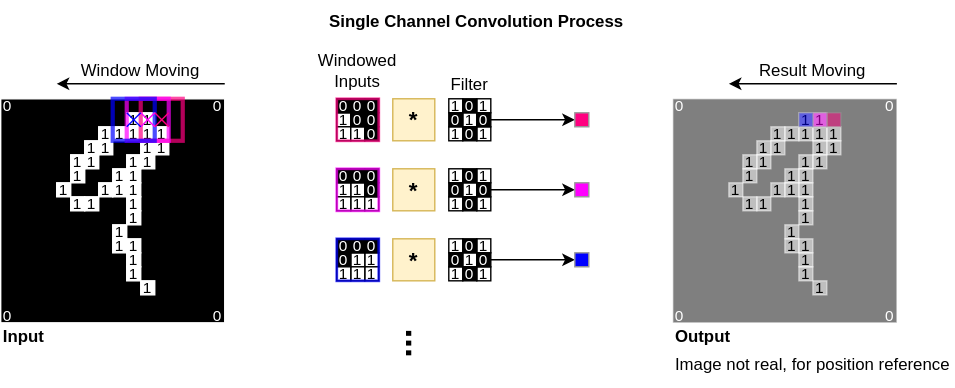
Before: Single-channel Convolution.svg, a diagram exported from draw.io (yyhtbs-yye/course_images). Source tidied: cells renumbered, new cells last; positions are measured from the earlier drawing's top-left corner, leaving out a move shared by most shapes.
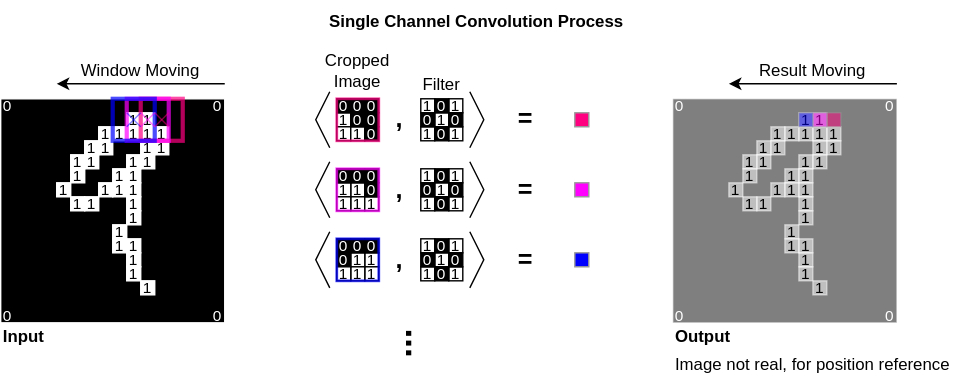
Later version of the same file.

Diff of the diagram source:
```diff
@@ -239,18 +239,10 @@
     <mxCell id="80" value="0" style="rounded=0;whiteSpace=wrap;html=1;strokeColor=none;strokeWidth=1;fontSize=11;fontColor=#FFFFFF;fillColor=none;" parent="43" vertex="1">
       <mxGeometry x="150" y="150" width="10" height="10" as="geometry" />
     </mxCell>
-    <mxCell id="81" style="edgeStyle=orthogonalEdgeStyle;rounded=0;jettySize=auto;html=1;exitX=1;exitY=0.5;exitDx=0;exitDy=0;entryX=0;entryY=0.5;entryDx=0;entryDy=0;" parent="1" edge="1" target="91">
-      <mxGeometry relative="1" as="geometry">
-        <mxPoint x="350" y="85" as="sourcePoint" />
-      </mxGeometry>
-    </mxCell>
-    <mxCell id="82" value="*" style="text;html=1;strokeColor=#d6b656;fillColor=#fff2cc;align=center;verticalAlign=middle;whiteSpace=wrap;rounded=0;fontSize=16;fontStyle=1;" parent="1" vertex="1">
-      <mxGeometry x="280" y="70" width="30" height="30" as="geometry" />
-    </mxCell>
     <mxCell id="83" value="Filter" style="text;html=1;strokeColor=none;fillColor=none;align=center;verticalAlign=middle;whiteSpace=wrap;rounded=0;fontSize=12;" parent="1" vertex="1">
-      <mxGeometry x="300" y="50" width="70" height="20" as="geometry" />
+      <mxGeometry x="290" y="50" width="50" height="20" as="geometry" />
     </mxCell>
-    <mxCell id="84" value="Windowed Inputs" style="text;html=1;strokeColor=none;fillColor=none;align=center;verticalAlign=middle;whiteSpace=wrap;rounded=0;fontSize=12;" parent="1" vertex="1">
+    <mxCell id="84" value="Cropped Image" style="text;html=1;strokeColor=none;fillColor=none;align=center;verticalAlign=middle;whiteSpace=wrap;rounded=0;fontSize=12;" parent="1" vertex="1">
       <mxGeometry x="230" y="30" width="50" height="40" as="geometry" />
     </mxCell>
     <mxCell id="85" value="Single Channel Convolution Process" style="text;html=1;strokeColor=none;fillColor=none;align=center;verticalAlign=middle;whiteSpace=wrap;rounded=0;fontSize=12;fontColor=default;fontStyle=1;" parent="1" vertex="1">
@@ -265,28 +257,12 @@
     <mxCell id="88" style="rounded=0;whiteSpace=wrap;html=1;fontSize=10;fillColor=none;strokeColor=#0000FF;strokeWidth=3;opacity=70;" parent="1" vertex="1">
       <mxGeometry x="80" y="70" width="30" height="30" as="geometry" />
     </mxCell>
-    <mxCell id="89" value="*" style="text;html=1;strokeColor=#d6b656;fillColor=#fff2cc;align=center;verticalAlign=middle;whiteSpace=wrap;rounded=0;fontSize=16;fontStyle=1;" parent="1" vertex="1">
-      <mxGeometry x="280" y="120" width="30" height="30" as="geometry" />
-    </mxCell>
-    <mxCell id="90" value="*" style="text;html=1;strokeColor=#d6b656;fillColor=#fff2cc;align=center;verticalAlign=middle;whiteSpace=wrap;rounded=0;fontSize=16;fontStyle=1;" parent="1" vertex="1">
-      <mxGeometry x="280" y="170" width="30" height="30" as="geometry" />
-    </mxCell>
     <mxCell id="91" style="rounded=0;whiteSpace=wrap;html=1;strokeWidth=1;fontSize=11;fillColor=#FF0080;fontColor=#333333;strokeColor=#999999;" parent="1" vertex="1">
       <mxGeometry x="410" y="80" width="10" height="10" as="geometry" />
     </mxCell>
-    <mxCell id="92" style="edgeStyle=orthogonalEdgeStyle;rounded=0;jettySize=auto;html=1;exitX=1;exitY=0.5;exitDx=0;exitDy=0;entryX=0;entryY=0.5;entryDx=0;entryDy=0;" parent="1" edge="1" target="93">
-      <mxGeometry relative="1" as="geometry">
-        <mxPoint x="350" y="135" as="sourcePoint" />
-      </mxGeometry>
-    </mxCell>
     <mxCell id="93" style="rounded=0;whiteSpace=wrap;html=1;strokeWidth=1;fontSize=11;fillColor=#FF00FF;fontColor=#333333;strokeColor=#999999;" parent="1" vertex="1">
       <mxGeometry x="410" y="130" width="10" height="10" as="geometry" />
     </mxCell>
-    <mxCell id="94" style="edgeStyle=orthogonalEdgeStyle;rounded=0;jettySize=auto;html=1;exitX=1;exitY=0.5;exitDx=0;exitDy=0;entryX=0;entryY=0.5;entryDx=0;entryDy=0;" parent="1" edge="1" target="95">
-      <mxGeometry relative="1" as="geometry">
-        <mxPoint x="350" y="185" as="sourcePoint" />
-      </mxGeometry>
-    </mxCell>
     <mxCell id="95" style="rounded=0;whiteSpace=wrap;html=1;strokeWidth=1;fontSize=11;fillColor=#0000FF;fontColor=#333333;strokeColor=#999999;" parent="1" vertex="1">
       <mxGeometry x="410" y="180" width="10" height="10" as="geometry" />
     </mxCell>
@@ -330,31 +306,31 @@
       <mxGeometry x="250" y="90" width="10" height="10" as="geometry" />
     </mxCell>
     <mxCell id="107" value="1" style="rounded=0;whiteSpace=wrap;html=1;strokeWidth=1;fontSize=11;strokeColor=default;" parent="1" vertex="1">
-      <mxGeometry x="320" y="70" width="10" height="10" as="geometry" />
+      <mxGeometry x="300" y="70" width="10" height="10" as="geometry" />
     </mxCell>
     <mxCell id="108" value="1" style="rounded=0;whiteSpace=wrap;html=1;strokeWidth=1;fontSize=11;strokeColor=default;" parent="1" vertex="1">
-      <mxGeometry x="330" y="80" width="10" height="10" as="geometry" />
+      <mxGeometry x="310" y="80" width="10" height="10" as="geometry" />
     </mxCell>
     <mxCell id="109" value="1" style="rounded=0;whiteSpace=wrap;html=1;strokeWidth=1;fontSize=11;strokeColor=default;" parent="1" vertex="1">
-      <mxGeometry x="340" y="90" width="10" height="10" as="geometry" />
+      <mxGeometry x="320" y="90" width="10" height="10" as="geometry" />
     </mxCell>
     <mxCell id="110" value="1" style="rounded=0;whiteSpace=wrap;html=1;strokeWidth=1;fontSize=11;strokeColor=default;" parent="1" vertex="1">
-      <mxGeometry x="340" y="70" width="10" height="10" as="geometry" />
+      <mxGeometry x="320" y="70" width="10" height="10" as="geometry" />
     </mxCell>
     <mxCell id="111" value="1" style="rounded=0;whiteSpace=wrap;html=1;strokeWidth=1;fontSize=11;strokeColor=default;" parent="1" vertex="1">
-      <mxGeometry x="320" y="90" width="10" height="10" as="geometry" />
+      <mxGeometry x="300" y="90" width="10" height="10" as="geometry" />
     </mxCell>
     <mxCell id="112" value="0" style="rounded=0;whiteSpace=wrap;html=1;strokeWidth=1;fontSize=11;strokeColor=default;fillColor=#000000;fontColor=#FFFFFF;" parent="1" vertex="1">
-      <mxGeometry x="320" y="80" width="10" height="10" as="geometry" />
+      <mxGeometry x="300" y="80" width="10" height="10" as="geometry" />
     </mxCell>
     <mxCell id="113" value="0" style="rounded=0;whiteSpace=wrap;html=1;strokeWidth=1;fontSize=11;strokeColor=default;fillColor=#000000;fontColor=#FFFFFF;" parent="1" vertex="1">
-      <mxGeometry x="330" y="70" width="10" height="10" as="geometry" />
+      <mxGeometry x="310" y="70" width="10" height="10" as="geometry" />
     </mxCell>
     <mxCell id="114" value="0" style="rounded=0;whiteSpace=wrap;html=1;strokeWidth=1;fontSize=11;strokeColor=default;fillColor=#000000;fontColor=#FFFFFF;" parent="1" vertex="1">
-      <mxGeometry x="340" y="80" width="10" height="10" as="geometry" />
+      <mxGeometry x="320" y="80" width="10" height="10" as="geometry" />
     </mxCell>
     <mxCell id="115" value="0" style="rounded=0;whiteSpace=wrap;html=1;strokeWidth=1;fontSize=11;strokeColor=default;fillColor=#000000;fontColor=#FFFFFF;" parent="1" vertex="1">
-      <mxGeometry x="330" y="90" width="10" height="10" as="geometry" />
+      <mxGeometry x="310" y="90" width="10" height="10" as="geometry" />
     </mxCell>
     <mxCell id="116" value="0" style="rounded=0;whiteSpace=wrap;html=1;strokeWidth=1;fontSize=11;strokeColor=default;fillColor=#000000;fontColor=#FFFFFF;" parent="1" vertex="1">
       <mxGeometry x="240" y="70" width="10" height="10" as="geometry" />
@@ -408,58 +384,58 @@
       <mxGeometry x="240" y="120" width="30" height="30" as="geometry" />
     </mxCell>
     <mxCell id="133" value="1" style="rounded=0;whiteSpace=wrap;html=1;strokeWidth=1;fontSize=11;strokeColor=default;" parent="1" vertex="1">
-      <mxGeometry x="320" y="120" width="10" height="10" as="geometry" />
+      <mxGeometry x="300" y="120" width="10" height="10" as="geometry" />
     </mxCell>
     <mxCell id="134" value="1" style="rounded=0;whiteSpace=wrap;html=1;strokeWidth=1;fontSize=11;strokeColor=default;" parent="1" vertex="1">
-      <mxGeometry x="330" y="130" width="10" height="10" as="geometry" />
+      <mxGeometry x="310" y="130" width="10" height="10" as="geometry" />
     </mxCell>
     <mxCell id="135" value="1" style="rounded=0;whiteSpace=wrap;html=1;strokeWidth=1;fontSize=11;strokeColor=default;" parent="1" vertex="1">
-      <mxGeometry x="340" y="140" width="10" height="10" as="geometry" />
+      <mxGeometry x="320" y="140" width="10" height="10" as="geometry" />
     </mxCell>
     <mxCell id="136" value="1" style="rounded=0;whiteSpace=wrap;html=1;strokeWidth=1;fontSize=11;strokeColor=default;" parent="1" vertex="1">
-      <mxGeometry x="340" y="120" width="10" height="10" as="geometry" />
+      <mxGeometry x="320" y="120" width="10" height="10" as="geometry" />
     </mxCell>
     <mxCell id="137" value="1" style="rounded=0;whiteSpace=wrap;html=1;strokeWidth=1;fontSize=11;strokeColor=default;" parent="1" vertex="1">
-      <mxGeometry x="320" y="140" width="10" height="10" as="geometry" />
+      <mxGeometry x="300" y="140" width="10" height="10" as="geometry" />
     </mxCell>
     <mxCell id="138" value="0" style="rounded=0;whiteSpace=wrap;html=1;strokeWidth=1;fontSize=11;strokeColor=default;fillColor=#000000;fontColor=#FFFFFF;" parent="1" vertex="1">
-      <mxGeometry x="320" y="130" width="10" height="10" as="geometry" />
+      <mxGeometry x="300" y="130" width="10" height="10" as="geometry" />
     </mxCell>
     <mxCell id="139" value="0" style="rounded=0;whiteSpace=wrap;html=1;strokeWidth=1;fontSize=11;strokeColor=default;fillColor=#000000;fontColor=#FFFFFF;" parent="1" vertex="1">
-      <mxGeometry x="330" y="120" width="10" height="10" as="geometry" />
+      <mxGeometry x="310" y="120" width="10" height="10" as="geometry" />
     </mxCell>
     <mxCell id="140" value="0" style="rounded=0;whiteSpace=wrap;html=1;strokeWidth=1;fontSize=11;strokeColor=default;fillColor=#000000;fontColor=#FFFFFF;" parent="1" vertex="1">
-      <mxGeometry x="340" y="130" width="10" height="10" as="geometry" />
+      <mxGeometry x="320" y="130" width="10" height="10" as="geometry" />
     </mxCell>
     <mxCell id="141" value="0" style="rounded=0;whiteSpace=wrap;html=1;strokeWidth=1;fontSize=11;strokeColor=default;fillColor=#000000;fontColor=#FFFFFF;" parent="1" vertex="1">
-      <mxGeometry x="330" y="140" width="10" height="10" as="geometry" />
+      <mxGeometry x="310" y="140" width="10" height="10" as="geometry" />
     </mxCell>
     <mxCell id="142" value="1" style="rounded=0;whiteSpace=wrap;html=1;strokeWidth=1;fontSize=11;strokeColor=default;" parent="1" vertex="1">
-      <mxGeometry x="320" y="170" width="10" height="10" as="geometry" />
+      <mxGeometry x="300" y="170" width="10" height="10" as="geometry" />
     </mxCell>
     <mxCell id="143" value="1" style="rounded=0;whiteSpace=wrap;html=1;strokeWidth=1;fontSize=11;strokeColor=default;" parent="1" vertex="1">
-      <mxGeometry x="330" y="180" width="10" height="10" as="geometry" />
+      <mxGeometry x="310" y="180" width="10" height="10" as="geometry" />
     </mxCell>
     <mxCell id="144" value="1" style="rounded=0;whiteSpace=wrap;html=1;strokeWidth=1;fontSize=11;strokeColor=default;" parent="1" vertex="1">
-      <mxGeometry x="340" y="190" width="10" height="10" as="geometry" />
+      <mxGeometry x="320" y="190" width="10" height="10" as="geometry" />
     </mxCell>
     <mxCell id="145" value="1" style="rounded=0;whiteSpace=wrap;html=1;strokeWidth=1;fontSize=11;strokeColor=default;" parent="1" vertex="1">
-      <mxGeometry x="340" y="170" width="10" height="10" as="geometry" />
+      <mxGeometry x="320" y="170" width="10" height="10" as="geometry" />
     </mxCell>
     <mxCell id="146" value="1" style="rounded=0;whiteSpace=wrap;html=1;strokeWidth=1;fontSize=11;strokeColor=default;" parent="1" vertex="1">
-      <mxGeometry x="320" y="190" width="10" height="10" as="geometry" />
+      <mxGeometry x="300" y="190" width="10" height="10" as="geometry" />
     </mxCell>
     <mxCell id="147" value="0" style="rounded=0;whiteSpace=wrap;html=1;strokeWidth=1;fontSize=11;strokeColor=default;fillColor=#000000;fontColor=#FFFFFF;" parent="1" vertex="1">
-      <mxGeometry x="320" y="180" width="10" height="10" as="geometry" />
+      <mxGeometry x="300" y="180" width="10" height="10" as="geometry" />
     </mxCell>
     <mxCell id="148" value="0" style="rounded=0;whiteSpace=wrap;html=1;strokeWidth=1;fontSize=11;strokeColor=default;fillColor=#000000;fontColor=#FFFFFF;" parent="1" vertex="1">
-      <mxGeometry x="330" y="170" width="10" height="10" as="geometry" />
+      <mxGeometry x="310" y="170" width="10" height="10" as="geometry" />
     </mxCell>
     <mxCell id="149" value="0" style="rounded=0;whiteSpace=wrap;html=1;strokeWidth=1;fontSize=11;strokeColor=default;fillColor=#000000;fontColor=#FFFFFF;" parent="1" vertex="1">
-      <mxGeometry x="340" y="180" width="10" height="10" as="geometry" />
+      <mxGeometry x="320" y="180" width="10" height="10" as="geometry" />
     </mxCell>
     <mxCell id="150" value="0" style="rounded=0;whiteSpace=wrap;html=1;strokeWidth=1;fontSize=11;strokeColor=default;fillColor=#000000;fontColor=#FFFFFF;" parent="1" vertex="1">
-      <mxGeometry x="330" y="190" width="10" height="10" as="geometry" />
+      <mxGeometry x="310" y="190" width="10" height="10" as="geometry" />
     </mxCell>
     <mxCell id="151" value="1" style="rounded=0;whiteSpace=wrap;html=1;strokeWidth=1;fontSize=11;strokeColor=default;" parent="1" vertex="1">
       <mxGeometry x="260" y="180" width="10" height="10" as="geometry" />
@@ -491,41 +467,113 @@
     <mxCell id="160" style="rounded=0;whiteSpace=wrap;html=1;fontSize=10;fillColor=none;strokeColor=#0000FF;strokeWidth=2;opacity=70;" parent="1" vertex="1">
       <mxGeometry x="240" y="170" width="30" height="30" as="geometry" />
     </mxCell>
-    <mxCell id="161" style="endArrow=none;html=1;rounded=0;fontSize=12;fontColor=#FFFFFF;strokeColor=#FF0080;" parent="1" edge="1">
+    <mxCell id="161" style="endArrow=none;html=1;rounded=0;fontSize=12;fontColor=#FFFFFF;strokeColor=#FF0080;opacity=50;" parent="1" edge="1">
       <mxGeometry relative="1" as="geometry">
         <mxPoint x="110" y="90" as="sourcePoint" />
         <mxPoint x="120" y="80" as="targetPoint" />
       </mxGeometry>
     </mxCell>
-    <mxCell id="162" style="endArrow=none;html=1;rounded=0;fontSize=12;fontColor=#FFFFFF;strokeColor=#FF0080;" parent="1" edge="1">
+    <mxCell id="162" style="endArrow=none;html=1;rounded=0;fontSize=12;fontColor=#FFFFFF;strokeColor=#FF0080;opacity=50;" parent="1" edge="1">
       <mxGeometry relative="1" as="geometry">
         <mxPoint x="120" y="90" as="sourcePoint" />
         <mxPoint x="110" y="80" as="targetPoint" />
       </mxGeometry>
     </mxCell>
-    <mxCell id="163" style="endArrow=none;html=1;rounded=0;fontSize=12;fontColor=#FFFFFF;strokeColor=#FF00FF;" parent="1" edge="1">
+    <mxCell id="163" style="endArrow=none;html=1;rounded=0;fontSize=12;fontColor=#FFFFFF;strokeColor=#FF00FF;opacity=50;" parent="1" edge="1">
       <mxGeometry relative="1" as="geometry">
         <mxPoint x="110" y="90" as="sourcePoint" />
         <mxPoint x="100" y="80" as="targetPoint" />
       </mxGeometry>
     </mxCell>
-    <mxCell id="164" style="endArrow=none;html=1;rounded=0;fontSize=12;fontColor=#FFFFFF;strokeColor=#FF00FF;" parent="1" edge="1">
+    <mxCell id="164" style="endArrow=none;html=1;rounded=0;fontSize=12;fontColor=#FFFFFF;strokeColor=#FF00FF;opacity=50;" parent="1" edge="1">
       <mxGeometry relative="1" as="geometry">
         <mxPoint x="100" y="90" as="sourcePoint" />
         <mxPoint x="110" y="80" as="targetPoint" />
       </mxGeometry>
     </mxCell>
-    <mxCell id="165" style="endArrow=none;html=1;rounded=0;fontSize=12;fontColor=#FFFFFF;strokeColor=#0000FF;" parent="1" edge="1">
+    <mxCell id="165" style="endArrow=none;html=1;rounded=0;fontSize=12;fontColor=#FFFFFF;strokeColor=#0000FF;opacity=50;" parent="1" edge="1">
       <mxGeometry relative="1" as="geometry">
         <mxPoint x="100" y="90" as="sourcePoint" />
         <mxPoint x="90" y="80" as="targetPoint" />
       </mxGeometry>
     </mxCell>
-    <mxCell id="166" style="endArrow=none;html=1;rounded=0;fontSize=12;fontColor=#FFFFFF;strokeColor=#0000FF;" parent="1" edge="1">
+    <mxCell id="166" style="endArrow=none;html=1;rounded=0;fontSize=12;fontColor=#FFFFFF;strokeColor=#0000FF;opacity=50;" parent="1" edge="1">
       <mxGeometry relative="1" as="geometry">
         <mxPoint x="90" y="90" as="sourcePoint" />
         <mxPoint x="100" y="80" as="targetPoint" />
       </mxGeometry>
     </mxCell>
+    <mxCell id="167" value="," style="text;html=1;strokeColor=none;fillColor=none;align=center;verticalAlign=middle;whiteSpace=wrap;rounded=0;fontSize=18;fontColor=default;fontStyle=1;" parent="1" vertex="1">
+      <mxGeometry x="270" y="70" width="30" height="30" as="geometry" />
+    </mxCell>
+    <mxCell id="168" value="," style="text;html=1;strokeColor=none;fillColor=none;align=center;verticalAlign=middle;whiteSpace=wrap;rounded=0;fontSize=18;fontColor=default;fontStyle=1;" parent="1" vertex="1">
+      <mxGeometry x="270" y="120" width="30" height="30" as="geometry" />
+    </mxCell>
+    <mxCell id="169" value="," style="text;html=1;strokeColor=none;fillColor=none;align=center;verticalAlign=middle;whiteSpace=wrap;rounded=0;fontSize=18;fontColor=default;fontStyle=1;" parent="1" vertex="1">
+      <mxGeometry x="270" y="170" width="30" height="30" as="geometry" />
+    </mxCell>
+    <mxCell id="170" style="endArrow=none;html=1;rounded=0;strokeColor=default;fontSize=18;fontColor=default;" parent="1" edge="1">
+      <mxGeometry relative="1" as="geometry">
+        <mxPoint x="235" y="105" as="sourcePoint" />
+        <mxPoint x="235" y="65" as="targetPoint" />
+        <Array as="points">
+          <mxPoint x="225" y="85" />
+        </Array>
+      </mxGeometry>
+    </mxCell>
+    <mxCell id="171" style="endArrow=none;html=1;rounded=0;strokeColor=default;fontSize=18;fontColor=default;" parent="1" edge="1">
+      <mxGeometry relative="1" as="geometry">
+        <mxPoint x="335" y="105" as="sourcePoint" />
+        <mxPoint x="335" y="65" as="targetPoint" />
+        <Array as="points">
+          <mxPoint x="345" y="85" />
+        </Array>
+      </mxGeometry>
+    </mxCell>
+    <mxCell id="172" style="endArrow=none;html=1;rounded=0;strokeColor=default;fontSize=18;fontColor=default;" parent="1" edge="1">
+      <mxGeometry relative="1" as="geometry">
+        <mxPoint x="235" y="155" as="sourcePoint" />
+        <mxPoint x="235" y="115" as="targetPoint" />
+        <Array as="points">
+          <mxPoint x="225" y="135" />
+        </Array>
+      </mxGeometry>
+    </mxCell>
+    <mxCell id="173" style="endArrow=none;html=1;rounded=0;strokeColor=default;fontSize=18;fontColor=default;" parent="1" edge="1">
+      <mxGeometry relative="1" as="geometry">
+        <mxPoint x="335" y="155" as="sourcePoint" />
+        <mxPoint x="335" y="115" as="targetPoint" />
+        <Array as="points">
+          <mxPoint x="345" y="135" />
+        </Array>
+      </mxGeometry>
+    </mxCell>
+    <mxCell id="174" style="endArrow=none;html=1;rounded=0;strokeColor=default;fontSize=18;fontColor=default;" parent="1" edge="1">
+      <mxGeometry relative="1" as="geometry">
+        <mxPoint x="235" y="205" as="sourcePoint" />
+        <mxPoint x="235" y="165" as="targetPoint" />
+        <Array as="points">
+          <mxPoint x="225" y="185" />
+        </Array>
+      </mxGeometry>
+    </mxCell>
+    <mxCell id="175" style="endArrow=none;html=1;rounded=0;strokeColor=default;fontSize=18;fontColor=default;" parent="1" edge="1">
+      <mxGeometry relative="1" as="geometry">
+        <mxPoint x="335" y="205" as="sourcePoint" />
+        <mxPoint x="335" y="165" as="targetPoint" />
+        <Array as="points">
+          <mxPoint x="345" y="185" />
+        </Array>
+      </mxGeometry>
+    </mxCell>
+    <mxCell id="176" value="=" style="text;html=1;strokeColor=none;fillColor=none;align=center;verticalAlign=middle;whiteSpace=wrap;rounded=0;fontSize=18;fontColor=default;fontStyle=1;" parent="1" vertex="1">
+      <mxGeometry x="360" y="70" width="30" height="30" as="geometry" />
+    </mxCell>
+    <mxCell id="177" value="=" style="text;html=1;strokeColor=none;fillColor=none;align=center;verticalAlign=middle;whiteSpace=wrap;rounded=0;fontSize=18;fontColor=default;fontStyle=1;" parent="1" vertex="1">
+      <mxGeometry x="360" y="120" width="30" height="30" as="geometry" />
+    </mxCell>
+    <mxCell id="178" value="=" style="text;html=1;strokeColor=none;fillColor=none;align=center;verticalAlign=middle;whiteSpace=wrap;rounded=0;fontSize=18;fontColor=default;fontStyle=1;" parent="1" vertex="1">
+      <mxGeometry x="360" y="170" width="30" height="30" as="geometry" />
+    </mxCell>
   </root>
 </mxGraphModel>
```
